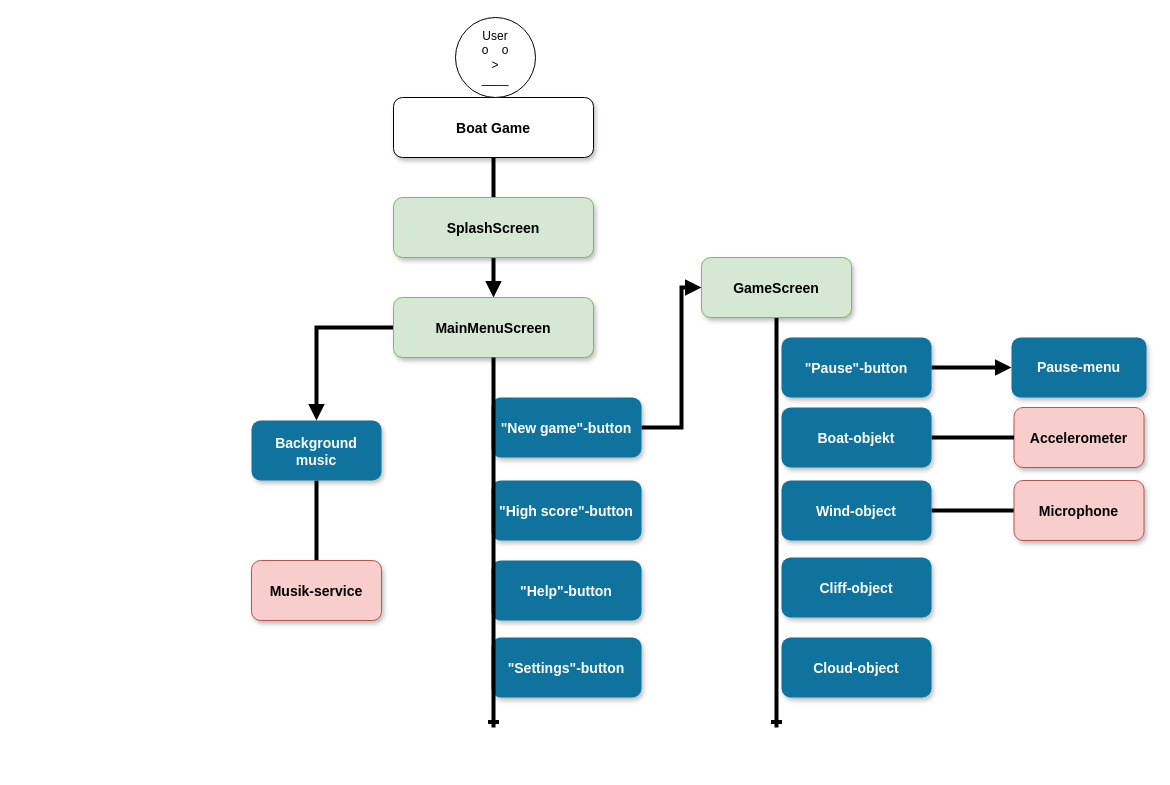
erikgilbertsson/BoatGame keeps this draw.io diagram as pbs.drawio. Above is the earlier version. Source tidied: cells renumbered, new cells numbered last; positions are measured from the earlier drawing's top-left corner, leaving out a move shared by most shapes. Both pictures are drawn from the tidied source at 100%, with x=0, y=0 at pixel (251, 17).
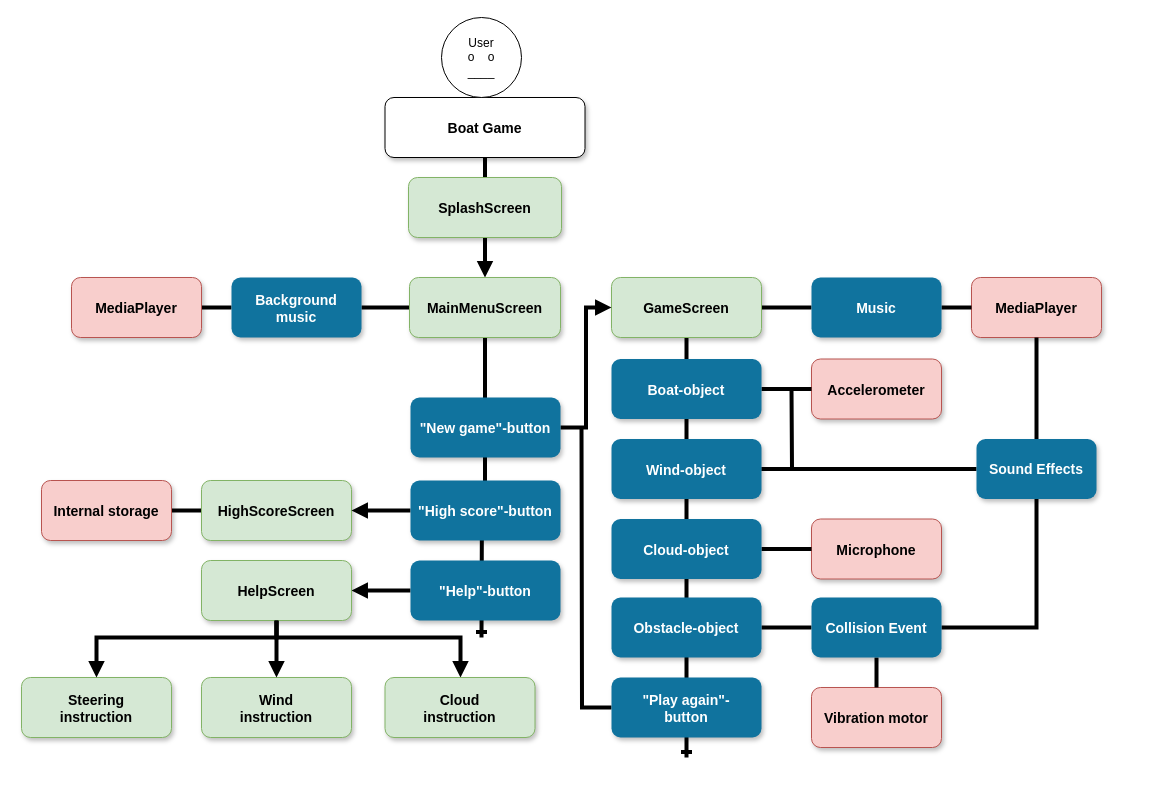
The same diagram, later.

Change to the diagram source:
```diff
@@
     <mxCell id="3" value="Boat Game" style="rounded=1;shadow=1;fontStyle=1;fontSize=14;" parent="1" vertex="1">
-      <mxGeometry x="142" y="80" width="200" height="60" as="geometry" />
+      <mxGeometry x="133.5" y="80" width="200" height="60" as="geometry" />
     </mxCell>
-    <mxCell id="4" style="edgeStyle=orthogonalEdgeStyle;rounded=0;jettySize=auto;html=1;endArrow=block;endFill=1;strokeWidth=4;" parent="1" edge="1" source="5" target="14">
+    <mxCell id="4" style="edgeStyle=orthogonalEdgeStyle;rounded=0;jettySize=auto;html=1;endArrow=none;endFill=0;strokeWidth=4;" parent="1" edge="1" source="5" target="14">
       <mxGeometry relative="1" as="geometry" />
     </mxCell>
+    <mxCell id="30" style="edgeStyle=orthogonalEdgeStyle;rounded=0;jettySize=auto;html=1;endArrow=ERone;endFill=0;strokeWidth=4;" parent="1" edge="1" source="5">
+      <mxGeometry relative="1" as="geometry">
+        <mxPoint x="230" y="620" as="targetPoint" />
+      </mxGeometry>
+    </mxCell>
     <mxCell id="5" value="MainMenuScreen" style="rounded=1;shadow=1;fontStyle=1;fontSize=14;fillColor=#d5e8d4;strokeColor=#82b366;" parent="1" vertex="1">
-      <mxGeometry x="142" y="280" width="200" height="60" as="geometry" />
+      <mxGeometry x="158" y="260" width="151" height="60" as="geometry" />
     </mxCell>
-    <mxCell id="6" style="edgeStyle=orthogonalEdgeStyle;rounded=0;jettySize=auto;html=1;endArrow=block;endFill=1;strokeWidth=4;" parent="1" edge="1" source="7" target="17">
-      <mxGeometry relative="1" as="geometry">
-        <Array as="points">
-          <mxPoint x="430" y="410" />
-          <mxPoint x="430" y="270" />
-        </Array>
-      </mxGeometry>
-    </mxCell>
-    <mxCell id="7" value="&quot;New game&quot;-button" style="rounded=1;fillColor=#10739E;strokeColor=none;shadow=1;gradientColor=none;fontStyle=1;fontColor=#FFFFFF;fontSize=14;" parent="1" vertex="1">
-      <mxGeometry x="240" y="380" width="150" height="60" as="geometry" />
-    </mxCell>
-    <mxCell id="8" value="&quot;Settings&quot;-button" style="rounded=1;fillColor=#10739E;strokeColor=none;shadow=1;gradientColor=none;fontStyle=1;fontColor=#FFFFFF;fontSize=14;" parent="1" vertex="1">
-      <mxGeometry x="240" y="620" width="150" height="60" as="geometry" />
-    </mxCell>
-    <mxCell id="9" value="&quot;Help&quot;-button" style="rounded=1;fillColor=#10739E;strokeColor=none;shadow=1;gradientColor=none;fontStyle=1;fontColor=#FFFFFF;fontSize=14;" parent="1" vertex="1">
-      <mxGeometry x="240" y="543" width="150" height="60" as="geometry" />
-    </mxCell>
-    <mxCell id="10" value="&quot;High score&quot;-button" style="rounded=1;fillColor=#10739E;strokeColor=none;shadow=1;gradientColor=none;fontStyle=1;fontColor=#FFFFFF;fontSize=14;" parent="1" vertex="1">
-      <mxGeometry x="240" y="463" width="150" height="60" as="geometry" />
-    </mxCell>
-    <mxCell id="11" style="edgeStyle=elbowEdgeStyle;elbow=vertical;strokeWidth=4;endArrow=ERone;endFill=0;fontStyle=1;" parent="1" edge="1" source="5">
-      <mxGeometry x="472" y="73" as="geometry">
-        <mxPoint x="242" y="710" as="targetPoint" />
-      </mxGeometry>
-    </mxCell>
+    <mxCell id="31" style="edgeStyle=orthogonalEdgeStyle;rounded=0;jettySize=auto;html=1;entryX=1;entryY=0.5;entryDx=0;entryDy=0;endArrow=block;endFill=1;strokeWidth=4;" parent="1" edge="1" source="9" target="40">
+      <mxGeometry relative="1" as="geometry" />
+    </mxCell>
-    <mxCell id="12" value="&lt;div&gt;User&lt;br&gt;&lt;/div&gt;&lt;div&gt;o&amp;nbsp; &amp;nbsp; o&lt;br&gt;&lt;/div&gt;&lt;div&gt;&amp;gt;&lt;/div&gt;&lt;div&gt;____&lt;br&gt;&lt;/div&gt;" style="ellipse;whiteSpace=wrap;html=1;" parent="1" vertex="1">
-      <mxGeometry x="204" width="80" height="80" as="geometry" />
+    <mxCell id="12" value="&lt;div&gt;User&lt;br&gt;&lt;/div&gt;&lt;div&gt;o&amp;nbsp; &amp;nbsp; o&lt;br&gt;&lt;/div&gt;&lt;div&gt;____&lt;br&gt;&lt;/div&gt;" style="ellipse;whiteSpace=wrap;html=1;" parent="1" vertex="1">
+      <mxGeometry x="190" width="80" height="80" as="geometry" />
     </mxCell>
@@
     <mxCell id="14" value="Background &#10;music" style="rounded=1;fillColor=#10739E;strokeColor=none;shadow=1;gradientColor=none;fontStyle=1;fontColor=#FFFFFF;fontSize=14;" parent="1" vertex="1">
-      <mxGeometry y="403" width="130" height="60" as="geometry" />
+      <mxGeometry x="-20" y="260" width="130" height="60" as="geometry" />
     </mxCell>
-    <mxCell id="15" value="Musik-service" style="rounded=1;fillColor=#f8cecc;strokeColor=#b85450;shadow=1;fontStyle=1;fontSize=14;" parent="1" vertex="1">
-      <mxGeometry y="543" width="130" height="60" as="geometry" />
+    <mxCell id="15" value="MediaPlayer" style="rounded=1;fillColor=#f8cecc;strokeColor=#b85450;shadow=1;fontStyle=1;fontSize=14;" parent="1" vertex="1">
+      <mxGeometry x="-180" y="260" width="130" height="60" as="geometry" />
     </mxCell>
-    <mxCell id="16" style="edgeStyle=orthogonalEdgeStyle;rounded=0;jettySize=auto;html=1;exitX=0.5;exitY=1;exitDx=0;exitDy=0;startArrow=none;startFill=0;endArrow=ERone;endFill=0;strokeColor=#000000;strokeWidth=4;" parent="1" edge="1" source="17">
-      <mxGeometry relative="1" as="geometry">
-        <mxPoint x="525" y="710" as="targetPoint" />
-      </mxGeometry>
-    </mxCell>
+    <mxCell id="32" style="edgeStyle=orthogonalEdgeStyle;rounded=0;jettySize=auto;html=1;strokeWidth=4;endArrow=none;endFill=0;" parent="1" edge="1" source="17" target="36">
+      <mxGeometry relative="1" as="geometry" />
+    </mxCell>
+    <mxCell id="33" style="edgeStyle=orthogonalEdgeStyle;rounded=0;jettySize=auto;html=1;endArrow=ERone;endFill=0;strokeWidth=4;" parent="1" edge="1" source="17">
+      <mxGeometry relative="1" as="geometry">
+        <mxPoint x="435" y="740" as="targetPoint" />
+      </mxGeometry>
+    </mxCell>
     <mxCell id="17" value="GameScreen" style="rounded=1;fillColor=#d5e8d4;strokeColor=#82b366;shadow=1;fontStyle=1;fontSize=14;" parent="1" vertex="1">
-      <mxGeometry x="450" y="240" width="150" height="60" as="geometry" />
+      <mxGeometry x="360" y="260" width="150" height="60" as="geometry" />
     </mxCell>
     <mxCell id="18" value="Accelerometer" style="rounded=1;fillColor=#f8cecc;strokeColor=#b85450;shadow=1;fontStyle=1;fontSize=14;" parent="1" vertex="1">
-      <mxGeometry x="762.5" y="390" width="130" height="60" as="geometry" />
+      <mxGeometry x="560" y="341.5" width="130" height="60" as="geometry" />
     </mxCell>
-    <mxCell id="19" style="edgeStyle=orthogonalEdgeStyle;rounded=0;jettySize=auto;html=1;startArrow=none;startFill=0;endArrow=block;endFill=1;strokeColor=#000000;strokeWidth=4;" parent="1" edge="1" source="20" target="21">
-      <mxGeometry relative="1" as="geometry" />
-    </mxCell>
-    <mxCell id="20" value="&quot;Pause&quot;-button" style="rounded=1;fillColor=#10739E;strokeColor=none;shadow=1;gradientColor=none;fontStyle=1;fontColor=#FFFFFF;fontSize=14;" parent="1" vertex="1">
-      <mxGeometry x="530" y="320" width="150" height="60" as="geometry" />
-    </mxCell>
-    <mxCell id="21" value="Pause-menu" style="whiteSpace=wrap;html=1;rounded=1;shadow=1;fontSize=14;fontColor=#FFFFFF;fontStyle=1;strokeColor=none;fillColor=#10739E;" parent="1" vertex="1">
-      <mxGeometry x="760" y="320" width="135" height="60" as="geometry" />
-    </mxCell>
@@
+    <mxCell id="24" value="SplashScreen" style="rounded=1;shadow=1;fontStyle=1;fontSize=14;fillColor=#d5e8d4;strokeColor=#82b366;" parent="1" vertex="1">
+      <mxGeometry x="157" y="160" width="153" height="60" as="geometry" />
+    </mxCell>
+    <mxCell id="29" value="Microphone" style="rounded=1;fillColor=#f8cecc;strokeColor=#b85450;shadow=1;fontStyle=1;fontSize=14;" parent="1" vertex="1">
+      <mxGeometry x="560" y="501.5" width="130" height="60" as="geometry" />
+    </mxCell>
+    <mxCell id="34" value="MediaPlayer" style="rounded=1;fillColor=#f8cecc;strokeColor=#b85450;shadow=1;fontStyle=1;fontSize=14;" parent="1" vertex="1">
+      <mxGeometry x="720" y="260" width="130" height="60" as="geometry" />
+    </mxCell>
+    <mxCell id="35" style="edgeStyle=orthogonalEdgeStyle;rounded=0;jettySize=auto;html=1;endArrow=none;endFill=0;strokeWidth=4;" parent="1" edge="1" source="36" target="34">
+      <mxGeometry relative="1" as="geometry" />
+    </mxCell>
+    <mxCell id="36" value="Music" style="rounded=1;fillColor=#10739E;strokeColor=none;shadow=1;gradientColor=none;fontStyle=1;fontColor=#FFFFFF;fontSize=14;" parent="1" vertex="1">
+      <mxGeometry x="560" y="260" width="130" height="60" as="geometry" />
+    </mxCell>
+    <mxCell id="37" style="edgeStyle=orthogonalEdgeStyle;rounded=0;jettySize=auto;html=1;startArrow=none;startFill=0;endArrow=none;endFill=0;strokeWidth=4;" parent="1" edge="1" source="38" target="60">
+      <mxGeometry relative="1" as="geometry" />
+    </mxCell>
+    <mxCell id="38" value="HighScoreScreen" style="rounded=1;shadow=1;fontStyle=1;fontSize=14;fillColor=#d5e8d4;strokeColor=#82b366;" parent="1" vertex="1">
+      <mxGeometry x="-50" y="463" width="150" height="60" as="geometry" />
+    </mxCell>
+    <mxCell id="39" style="edgeStyle=orthogonalEdgeStyle;rounded=0;jettySize=auto;html=1;startArrow=none;startFill=0;endArrow=block;endFill=1;strokeWidth=4;" parent="1" edge="1" source="40" target="54">
+      <mxGeometry relative="1" as="geometry">
+        <Array as="points">
+          <mxPoint x="25" y="620" />
+          <mxPoint x="209" y="620" />
+        </Array>
+      </mxGeometry>
+    </mxCell>
+    <mxCell id="40" value="HelpScreen" style="rounded=1;shadow=1;fontStyle=1;fontSize=14;fillColor=#d5e8d4;strokeColor=#82b366;" parent="1" vertex="1">
+      <mxGeometry x="-50" y="543" width="150" height="60" as="geometry" />
+    </mxCell>
+    <mxCell id="41" style="edgeStyle=orthogonalEdgeStyle;rounded=0;jettySize=auto;html=1;entryX=1;entryY=0.5;entryDx=0;entryDy=0;endArrow=block;endFill=1;strokeWidth=4;" parent="1" edge="1" source="10" target="38">
+      <mxGeometry relative="1" as="geometry" />
+    </mxCell>
+    <mxCell id="10" value="&quot;High score&quot;-button" style="rounded=1;fillColor=#10739E;strokeColor=none;shadow=1;gradientColor=none;fontStyle=1;fontColor=#FFFFFF;fontSize=14;" parent="1" vertex="1">
+      <mxGeometry x="159" y="463" width="150" height="60" as="geometry" />
+    </mxCell>
+    <mxCell id="6" style="edgeStyle=orthogonalEdgeStyle;rounded=0;jettySize=auto;html=1;entryX=0;entryY=0.5;entryDx=0;entryDy=0;endArrow=block;endFill=1;strokeWidth=4;" parent="1" edge="1" source="7" target="17">
+      <mxGeometry relative="1" as="geometry" />
+    </mxCell>
+    <mxCell id="7" value="&quot;New game&quot;-button" style="rounded=1;fillColor=#10739E;strokeColor=none;shadow=1;gradientColor=none;fontStyle=1;fontColor=#FFFFFF;fontSize=14;" parent="1" vertex="1">
+      <mxGeometry x="159" y="380" width="150" height="60" as="geometry" />
+    </mxCell>
+    <mxCell id="9" value="&quot;Help&quot;-button" style="rounded=1;fillColor=#10739E;strokeColor=none;shadow=1;gradientColor=none;fontStyle=1;fontColor=#FFFFFF;fontSize=14;" parent="1" vertex="1">
+      <mxGeometry x="159" y="543" width="150" height="60" as="geometry" />
+    </mxCell>
-    <mxCell id="23" value="Boat-objekt" style="rounded=1;fillColor=#10739E;strokeColor=none;shadow=1;gradientColor=none;fontStyle=1;fontColor=#FFFFFF;fontSize=14;" parent="1" vertex="1">
-      <mxGeometry x="530" y="390" width="150" height="60" as="geometry" />
+    <mxCell id="23" value="Boat-object" style="rounded=1;fillColor=#10739E;strokeColor=none;shadow=1;gradientColor=none;fontStyle=1;fontColor=#FFFFFF;fontSize=14;" parent="1" vertex="1">
+      <mxGeometry x="360" y="341.5" width="150" height="60" as="geometry" />
     </mxCell>
-    <mxCell id="24" value="SplashScreen" style="rounded=1;shadow=1;fontStyle=1;fontSize=14;fillColor=#d5e8d4;strokeColor=#82b366;" parent="1" vertex="1">
-      <mxGeometry x="142" y="180" width="200" height="60" as="geometry" />
-    </mxCell>
+    <mxCell id="42" style="edgeStyle=orthogonalEdgeStyle;rounded=0;jettySize=auto;html=1;endArrow=none;endFill=0;strokeWidth=4;" parent="1" edge="1" source="26">
+      <mxGeometry relative="1" as="geometry">
+        <mxPoint x="540" y="371.5" as="targetPoint" />
+      </mxGeometry>
+    </mxCell>
+    <mxCell id="43" style="edgeStyle=orthogonalEdgeStyle;rounded=0;jettySize=auto;html=1;entryX=0;entryY=0.5;entryDx=0;entryDy=0;strokeWidth=4;endArrow=none;endFill=0;" parent="1" edge="1" source="26" target="52">
+      <mxGeometry relative="1" as="geometry" />
+    </mxCell>
+    <mxCell id="26" value="Wind-object" style="rounded=1;fillColor=#10739E;strokeColor=none;shadow=1;gradientColor=none;fontStyle=1;fontColor=#FFFFFF;fontSize=14;" parent="1" vertex="1">
+      <mxGeometry x="360" y="421.5" width="150" height="60" as="geometry" />
+    </mxCell>
+    <mxCell id="44" style="edgeStyle=orthogonalEdgeStyle;rounded=0;jettySize=auto;html=1;entryX=0;entryY=0.5;entryDx=0;entryDy=0;endArrow=none;endFill=0;strokeWidth=4;" parent="1" edge="1" source="25" target="50">
+      <mxGeometry relative="1" as="geometry" />
+    </mxCell>
-    <mxCell id="25" value="Cliff-object" style="rounded=1;fillColor=#10739E;strokeColor=none;shadow=1;gradientColor=none;fontStyle=1;fontColor=#FFFFFF;fontSize=14;" parent="1" vertex="1">
-      <mxGeometry x="530" y="540" width="150" height="60" as="geometry" />
+    <mxCell id="25" value="Obstacle-object" style="rounded=1;fillColor=#10739E;strokeColor=none;shadow=1;gradientColor=none;fontStyle=1;fontColor=#FFFFFF;fontSize=14;" parent="1" vertex="1">
+      <mxGeometry x="360" y="580" width="150" height="60" as="geometry" />
     </mxCell>
-    <mxCell id="26" value="Cloud-object" style="rounded=1;fillColor=#10739E;strokeColor=none;shadow=1;gradientColor=none;fontStyle=1;fontColor=#FFFFFF;fontSize=14;" parent="1" vertex="1">
-      <mxGeometry x="530" y="620" width="150" height="60" as="geometry" />
-    </mxCell>
-    <mxCell id="27" style="edgeStyle=orthogonalEdgeStyle;rounded=0;jettySize=auto;html=1;endArrow=none;endFill=0;strokeWidth=4;" parent="1" edge="1" source="28" target="29">
-      <mxGeometry relative="1" as="geometry" />
-    </mxCell>
-    <mxCell id="28" value="Wind-object" style="rounded=1;fillColor=#10739E;strokeColor=none;shadow=1;gradientColor=none;fontStyle=1;fontColor=#FFFFFF;fontSize=14;" parent="1" vertex="1">
-      <mxGeometry x="530" y="463" width="150" height="60" as="geometry" />
-    </mxCell>
-    <mxCell id="29" value="Microphone" style="rounded=1;fillColor=#f8cecc;strokeColor=#b85450;shadow=1;fontStyle=1;fontSize=14;" parent="1" vertex="1">
-      <mxGeometry x="762.5" y="463" width="130" height="60" as="geometry" />
-    </mxCell>
+    <mxCell id="45" style="edgeStyle=orthogonalEdgeStyle;rounded=0;jettySize=auto;html=1;endArrow=none;endFill=0;strokeWidth=4;" parent="1" edge="1" source="46" target="29">
+      <mxGeometry relative="1" as="geometry" />
+    </mxCell>
+    <mxCell id="46" value="Cloud-object" style="rounded=1;fillColor=#10739E;strokeColor=none;shadow=1;gradientColor=none;fontStyle=1;fontColor=#FFFFFF;fontSize=14;" parent="1" vertex="1">
+      <mxGeometry x="360" y="501.5" width="150" height="60" as="geometry" />
+    </mxCell>
+    <mxCell id="47" value="Vibration motor" style="rounded=1;fillColor=#f8cecc;strokeColor=#b85450;shadow=1;fontStyle=1;fontSize=14;" parent="1" vertex="1">
+      <mxGeometry x="560" y="670" width="130" height="60" as="geometry" />
+    </mxCell>
+    <mxCell id="48" style="edgeStyle=orthogonalEdgeStyle;rounded=0;jettySize=auto;html=1;entryX=0.5;entryY=1;entryDx=0;entryDy=0;endArrow=none;endFill=0;strokeWidth=4;" parent="1" edge="1" source="50" target="52">
+      <mxGeometry relative="1" as="geometry">
+        <Array as="points">
+          <mxPoint x="785" y="610" />
+        </Array>
+      </mxGeometry>
+    </mxCell>
+    <mxCell id="49" style="edgeStyle=orthogonalEdgeStyle;rounded=0;jettySize=auto;html=1;entryX=0.5;entryY=0;entryDx=0;entryDy=0;endArrow=none;endFill=0;strokeWidth=4;" parent="1" edge="1" source="50" target="47">
+      <mxGeometry relative="1" as="geometry" />
+    </mxCell>
+    <mxCell id="50" value="Collision Event" style="rounded=1;fillColor=#10739E;strokeColor=none;shadow=1;gradientColor=none;fontStyle=1;fontColor=#FFFFFF;fontSize=14;" parent="1" vertex="1">
+      <mxGeometry x="560" y="580" width="130" height="60" as="geometry" />
+    </mxCell>
+    <mxCell id="51" style="edgeStyle=orthogonalEdgeStyle;rounded=0;jettySize=auto;html=1;entryX=0.5;entryY=1;entryDx=0;entryDy=0;endArrow=none;endFill=0;strokeWidth=4;" parent="1" edge="1" source="52" target="34">
+      <mxGeometry relative="1" as="geometry" />
+    </mxCell>
+    <mxCell id="52" value="Sound Effects" style="whiteSpace=wrap;html=1;rounded=1;shadow=1;fontSize=14;fontColor=#FFFFFF;fontStyle=1;strokeColor=none;fillColor=#10739E;" parent="1" vertex="1">
+      <mxGeometry x="725" y="421.5" width="120" height="60" as="geometry" />
+    </mxCell>
+    <mxCell id="53" value="Wind&#10;instruction" style="rounded=1;shadow=1;fontStyle=1;fontSize=14;fillColor=#d5e8d4;strokeColor=#82b366;" parent="1" vertex="1">
+      <mxGeometry x="-50" y="660" width="150" height="60" as="geometry" />
+    </mxCell>
+    <mxCell id="54" value="Cloud&#10;instruction" style="rounded=1;shadow=1;fontStyle=1;fontSize=14;fillColor=#d5e8d4;strokeColor=#82b366;" parent="1" vertex="1">
+      <mxGeometry x="133.5" y="660" width="150" height="60" as="geometry" />
+    </mxCell>
+    <mxCell id="55" value="Steering&#10;instruction" style="rounded=1;shadow=1;fontStyle=1;fontSize=14;fillColor=#d5e8d4;strokeColor=#82b366;" parent="1" vertex="1">
+      <mxGeometry x="-230" y="660" width="150" height="60" as="geometry" />
+    </mxCell>
+    <mxCell id="56" style="edgeStyle=orthogonalEdgeStyle;rounded=0;jettySize=auto;html=1;endArrow=block;endFill=1;strokeWidth=4;entryX=0.5;entryY=0;entryDx=0;entryDy=0;exitX=0.5;exitY=1;exitDx=0;exitDy=0;" parent="1" edge="1" source="40" target="55">
+      <mxGeometry relative="1" as="geometry">
+        <Array as="points">
+          <mxPoint x="25" y="620" />
+          <mxPoint x="-155" y="620" />
+        </Array>
+      </mxGeometry>
+    </mxCell>
+    <mxCell id="57" style="edgeStyle=orthogonalEdgeStyle;rounded=0;jettySize=auto;html=1;endArrow=none;endFill=0;strokeWidth=4;entryX=0.5;entryY=1;entryDx=0;entryDy=0;exitX=0.5;exitY=0;exitDx=0;exitDy=0;startArrow=block;startFill=1;" parent="1" edge="1" source="53" target="40">
+      <mxGeometry relative="1" as="geometry">
+        <Array as="points">
+          <mxPoint x="25" y="620" />
+          <mxPoint x="25" y="620" />
+        </Array>
+      </mxGeometry>
+    </mxCell>
+    <mxCell id="58" style="edgeStyle=orthogonalEdgeStyle;rounded=0;jettySize=auto;html=1;startArrow=none;startFill=0;endArrow=none;endFill=0;strokeWidth=4;" parent="1" edge="1" source="59">
+      <mxGeometry relative="1" as="geometry">
+        <mxPoint x="330" y="410" as="targetPoint" />
+      </mxGeometry>
+    </mxCell>
+    <mxCell id="59" value="&quot;Play again&quot;-&#10;button" style="rounded=1;fillColor=#10739E;strokeColor=none;shadow=1;gradientColor=none;fontStyle=1;fontColor=#FFFFFF;fontSize=14;" parent="1" vertex="1">
+      <mxGeometry x="360" y="660" width="150" height="60" as="geometry" />
+    </mxCell>
+    <mxCell id="60" value="Internal storage" style="rounded=1;fillColor=#f8cecc;strokeColor=#b85450;shadow=1;fontStyle=1;fontSize=14;" parent="1" vertex="1">
+      <mxGeometry x="-210" y="463" width="130" height="60" as="geometry" />
+    </mxCell>
```
